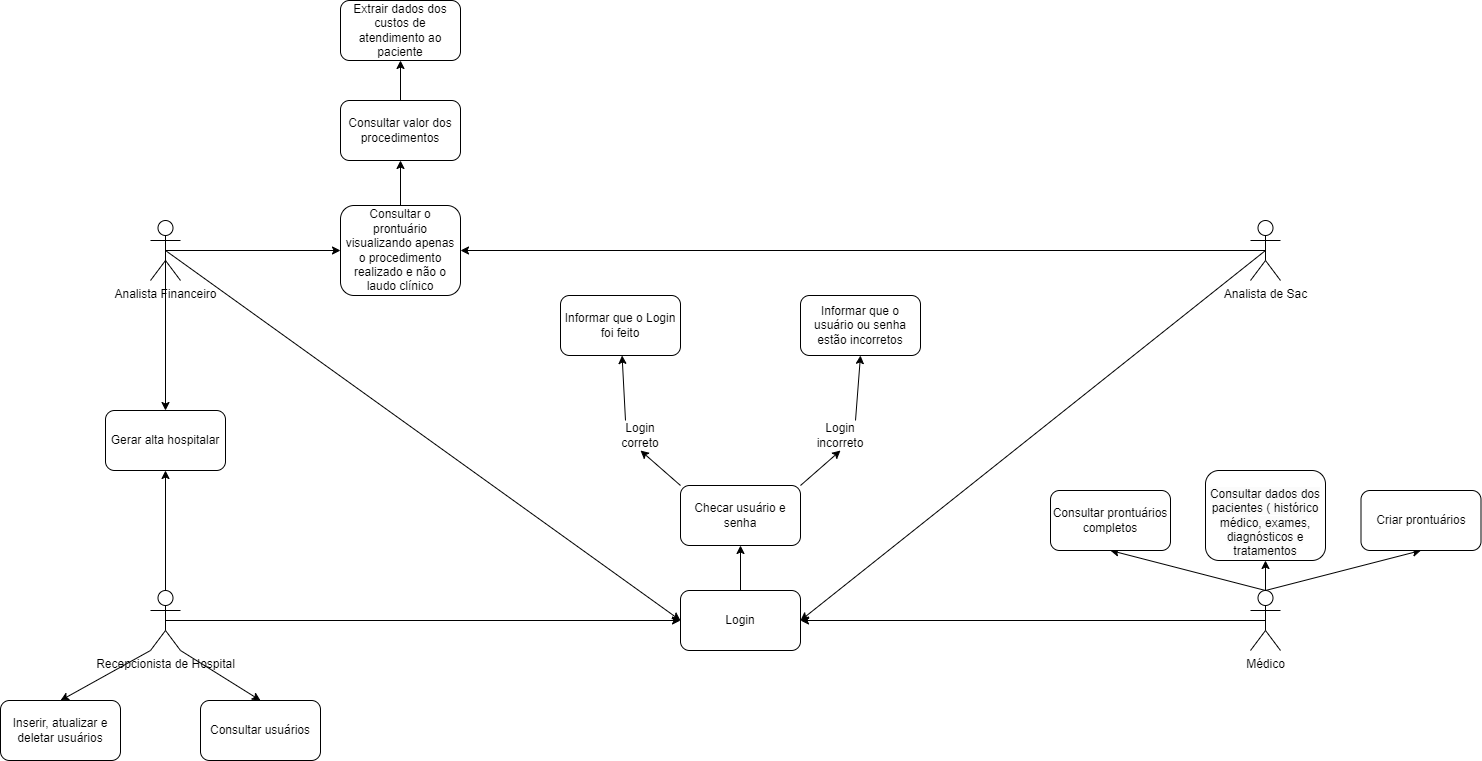
This is docs/img/diagrama_prontuário.png from ICEI-PUC-Minas-PMV-ADS/pmv-ads-2023-1-e2-proj-int-t3-pmv-ads-2023-1-e3-proj-int-t3-time4-pec, a draw.io export, as it was before one commit. Source tidied: cells renumbered, new cells last; positions are measured from the earlier drawing's top-left corner, leaving out a move shared by most shapes.
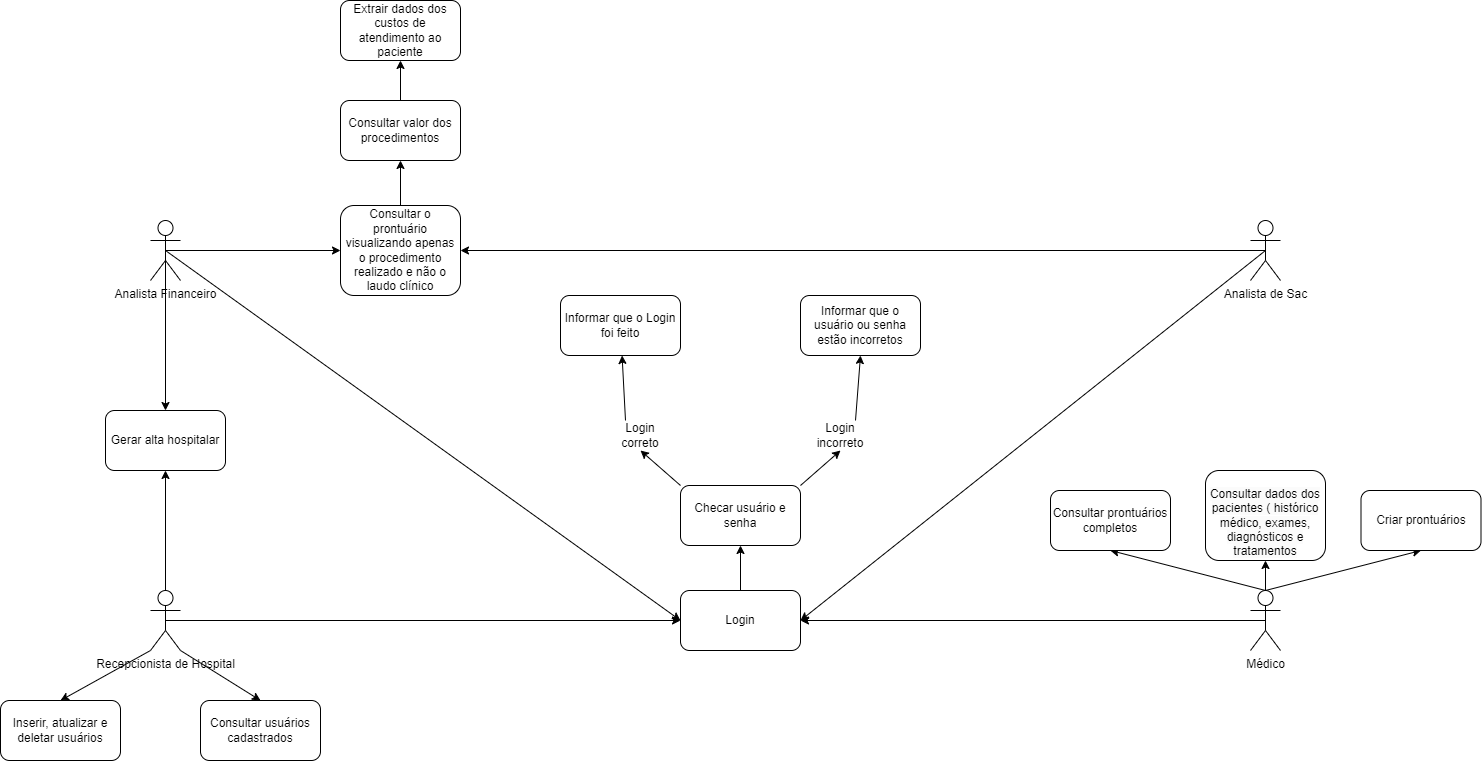
After the change.

What changed in the source:
```diff
@@ -110,7 +110,7 @@
     <mxCell id="37" value="Login incorreto" style="text;html=1;strokeColor=none;fillColor=none;align=center;verticalAlign=middle;whiteSpace=wrap;rounded=0;" parent="1" vertex="1">
       <mxGeometry x="810" y="420" width="60" height="30" as="geometry" />
     </mxCell>
-    <mxCell id="38" value="Consultar usuários" style="rounded=1;whiteSpace=wrap;html=1;" parent="1" vertex="1">
+    <mxCell id="38" value="Consultar usuários cadastrados" style="rounded=1;whiteSpace=wrap;html=1;" parent="1" vertex="1">
       <mxGeometry x="200" y="700" width="120" height="60" as="geometry" />
     </mxCell>
     <mxCell id="39" value="Inserir, atualizar e deletar usuários" style="rounded=1;whiteSpace=wrap;html=1;" parent="1" vertex="1">
```
